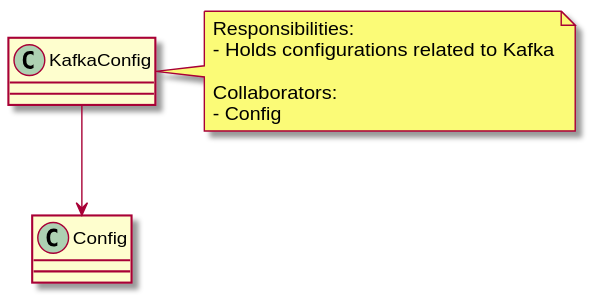
Above: docs/doxygen/doxygen/inline_umlgraph_6.svg in elliVM/pth_06 (PlantUML), before the change. Its diagram source:
```plantuml
@startuml inline_umlgraph_6.svg
class KafkaConfig {

}

KafkaConfig --> Config

note right of KafkaConfig
Responsibilities:
- Holds configurations related to Kafka

Collaborators:
- Config
end note
@enduml
```
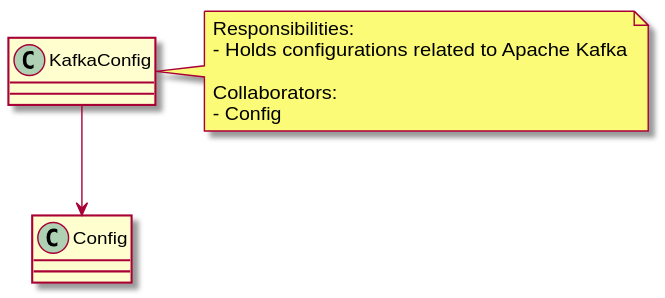
Above is the later version.

Diff of the diagram source:
```diff
@@ -7,7 +7,7 @@
 
 note right of KafkaConfig
 Responsibilities:
-- Holds configurations related to Kafka
+- Holds configurations related to Apache Kafka
 
 Collaborators:
 - Config
```
